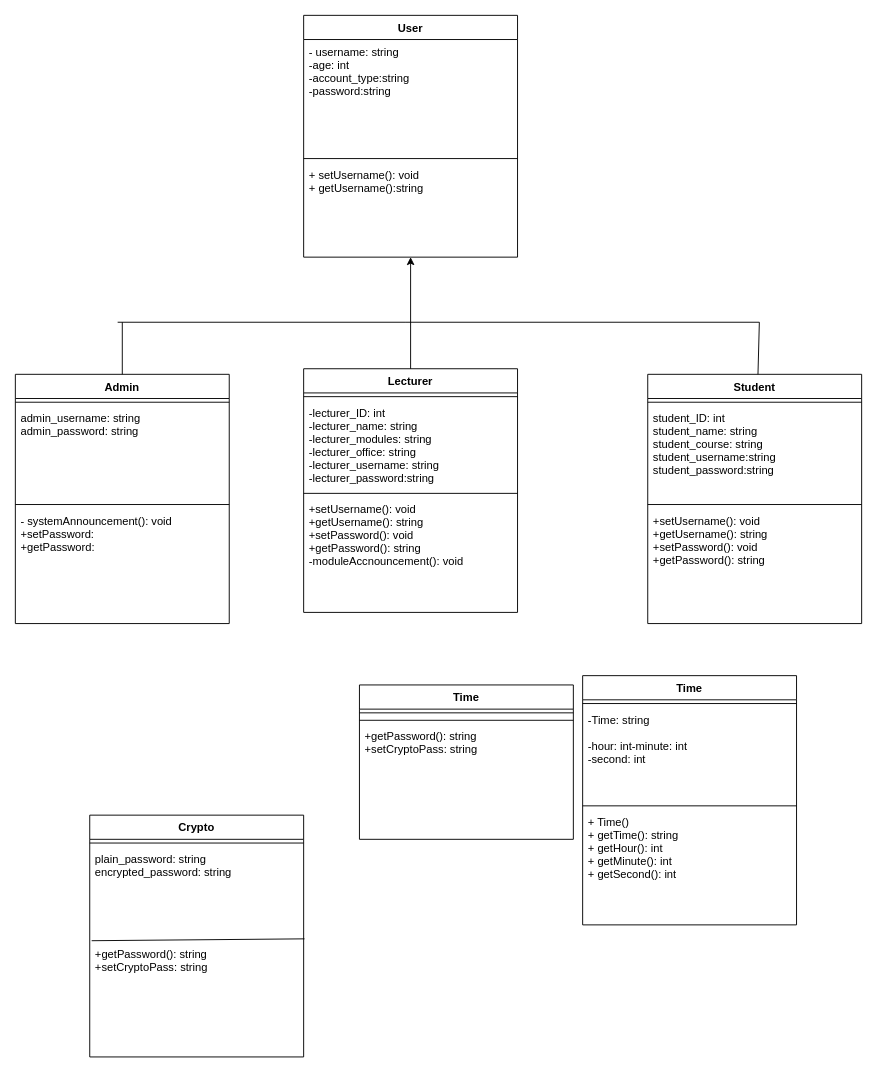
The draw.io diagram UML Design (MG)/SecureProgUML(30014095).drawio in mgreen01/Secure-Programming-Project, before the edit. Source tidied: cells renumbered, new cells numbered last; positions are measured from the earlier drawing's top-left corner, leaving out a move shared by most shapes. Both pictures are drawn from the tidied source at 93%, with x=0, y=0 at pixel (15, 15).
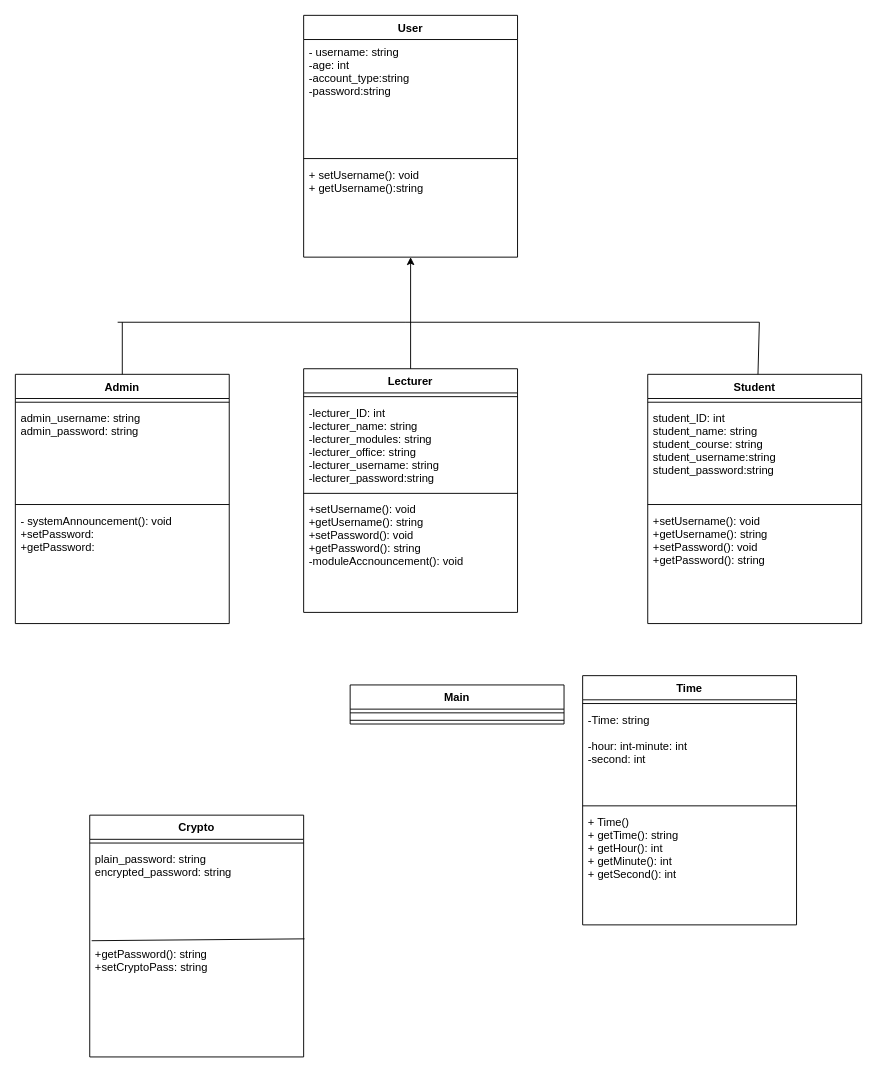
The same diagram, later.

Change to the diagram source:
```diff
@@
-    <mxCell id="36" value="Time" style="swimlane;fontStyle=1;align=center;verticalAlign=top;horizontal=1;startSize=26;" parent="1" vertex="1">
-      <mxGeometry x="370" y="720" width="230" height="166" as="geometry" />
+    <mxCell id="36" value="Main" style="swimlane;fontStyle=1;align=center;verticalAlign=top;horizontal=1;startSize=26;" parent="1" vertex="1">
+      <mxGeometry x="360" y="720" width="230" height="42" as="geometry" />
     </mxCell>
@@
-    <mxCell id="39" value="+getPassword(): string&#10;+setCryptoPass: string" style="text;strokeColor=none;fillColor=none;align=left;verticalAlign=top;spacingLeft=4;spacingRight=4;overflow=hidden;" parent="36" vertex="1">
-      <mxGeometry y="42" width="230" height="124" as="geometry" />
-    </mxCell>
```
